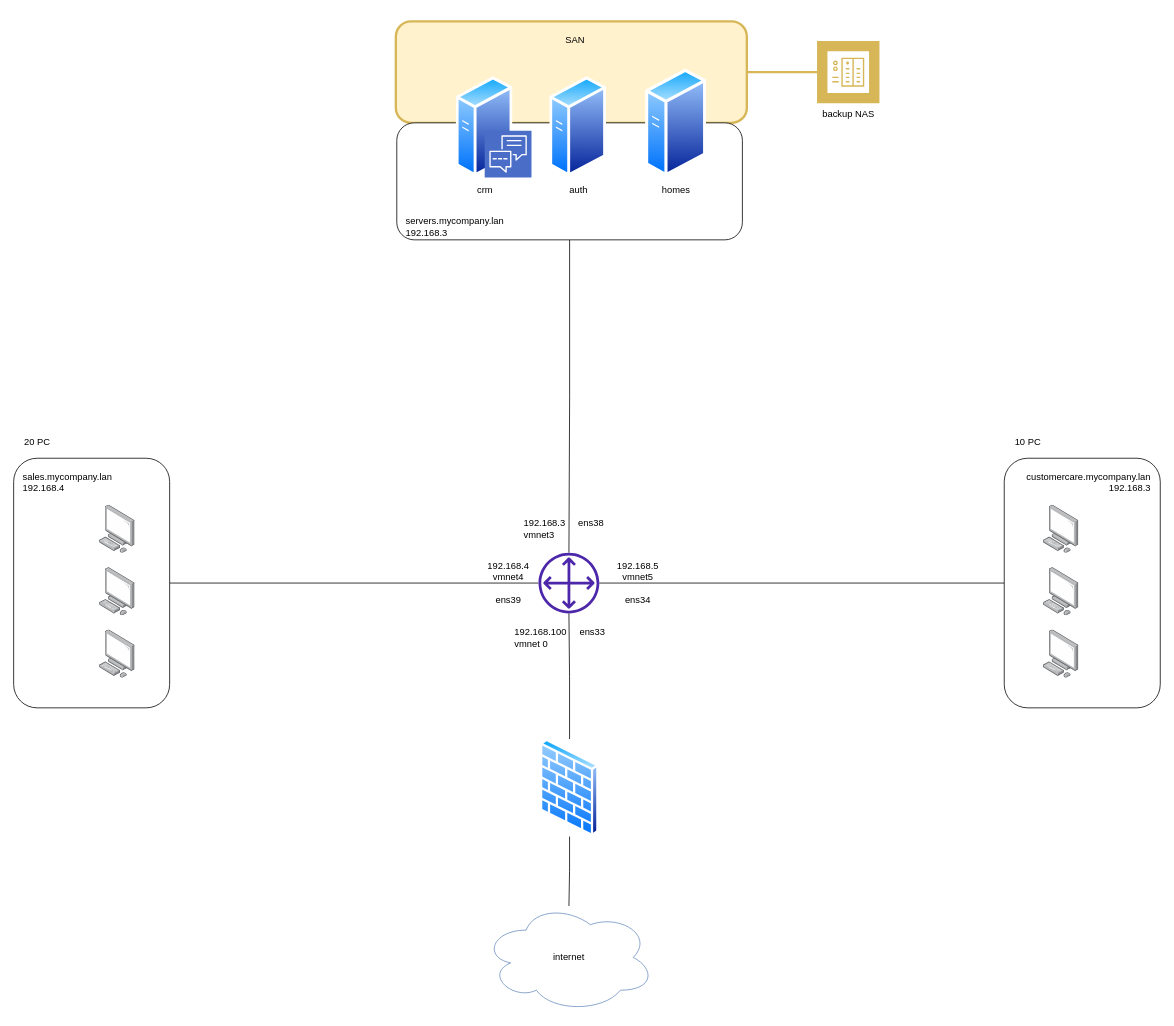
Earlier version of the draw.io diagram schema.drawio (nicolamarizza/LasProject). Source tidied: cells renumbered, new cells numbered last; positions are measured from the earlier drawing's top-left corner, leaving out a move shared by most shapes. Both pictures are drawn from the tidied source at 78%, with x=0, y=0 at pixel (13, 21).
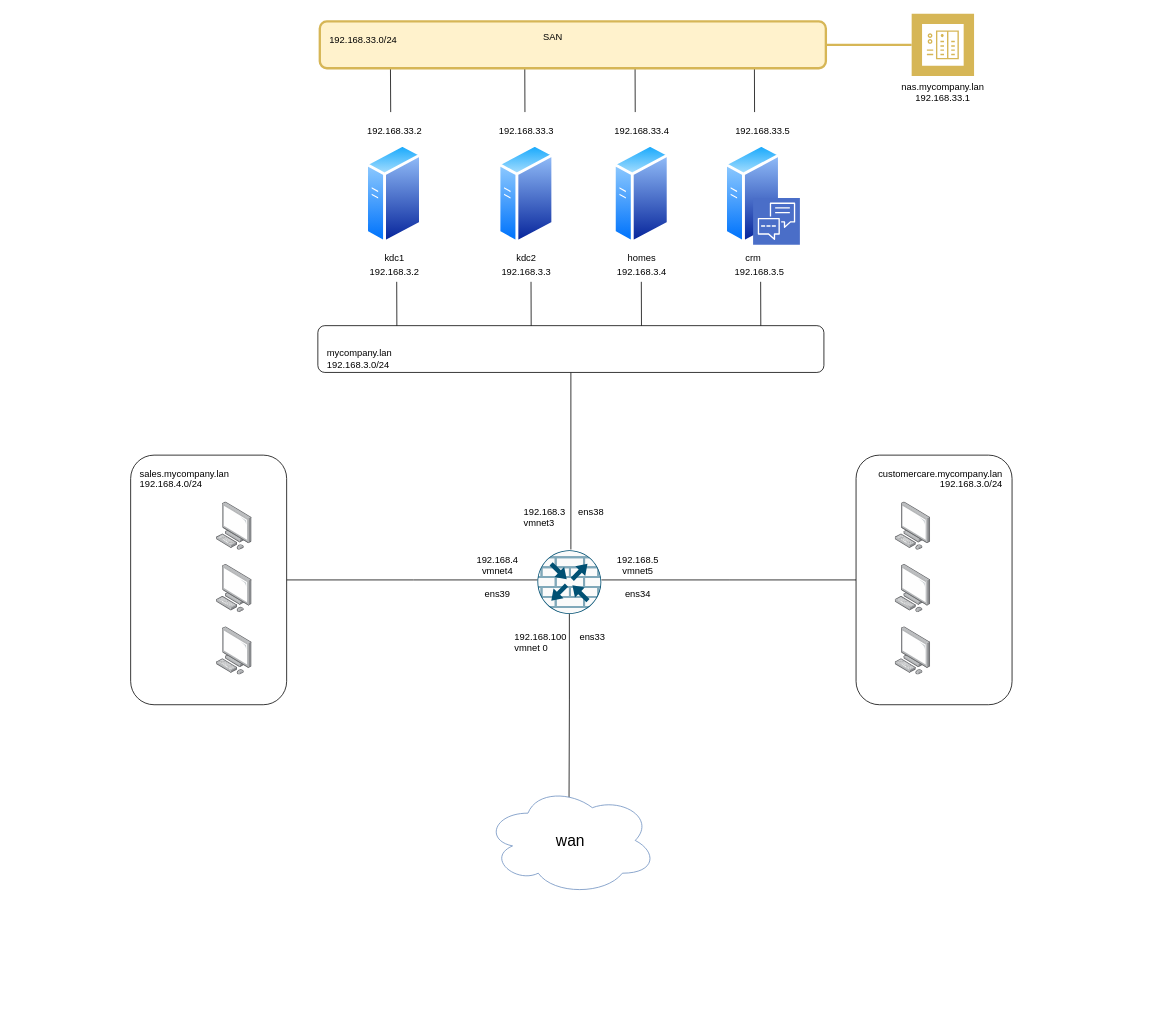
Above is the later version.

Change to the diagram source:
```diff
@@
+    <mxCell id="32" style="edgeStyle=orthogonalEdgeStyle;rounded=0;jettySize=auto;html=1;exitX=0.5;exitY=1;exitDx=0;exitDy=0;exitPerimeter=0;entryX=0.489;entryY=0.214;entryDx=0;entryDy=0;entryPerimeter=0;endArrow=none;endFill=0;" parent="1" edge="1" source="57" target="21">
+      <mxGeometry relative="1" as="geometry" />
+    </mxCell>
+    <mxCell id="33" style="endArrow=none;html=1;rounded=0;exitX=0.158;exitY=-0.064;exitDx=0;exitDy=0;exitPerimeter=0;" parent="1" edge="1">
+      <mxGeometry relative="1" as="geometry">
+        <mxPoint x="483.4" y="116.2" as="sourcePoint" />
+        <mxPoint x="483.1" y="60" as="targetPoint" />
+      </mxGeometry>
+    </mxCell>
+    <mxCell id="34" style="endArrow=none;html=1;rounded=0;exitX=0.158;exitY=-0.064;exitDx=0;exitDy=0;exitPerimeter=0;" parent="1" edge="1">
+      <mxGeometry relative="1" as="geometry">
+        <mxPoint x="655.5" y="116.2" as="sourcePoint" />
+        <mxPoint x="655.3" y="60" as="targetPoint" />
+      </mxGeometry>
+    </mxCell>
+    <mxCell id="35" style="endArrow=none;html=1;rounded=0;exitX=0.158;exitY=-0.064;exitDx=0;exitDy=0;exitPerimeter=0;" parent="1" edge="1">
+      <mxGeometry relative="1" as="geometry">
+        <mxPoint x="796.9" y="116.2" as="sourcePoint" />
+        <mxPoint x="796.7" y="60" as="targetPoint" />
+      </mxGeometry>
+    </mxCell>
+    <mxCell id="36" style="endArrow=none;html=1;rounded=0;exitX=0.158;exitY=-0.064;exitDx=0;exitDy=0;exitPerimeter=0;" parent="1" edge="1">
+      <mxGeometry relative="1" as="geometry">
+        <mxPoint x="949.9" y="116.2" as="sourcePoint" />
+        <mxPoint x="949.7" y="60" as="targetPoint" />
+      </mxGeometry>
+    </mxCell>
+    <mxCell id="37" style="group;" parent="1" vertex="1">
+      <mxGeometry x="392.5" width="648.8" height="60" as="geometry" />
+    </mxCell>
+    <mxCell id="3" value="192.168.33.0/24" style="rounded=1;whiteSpace=wrap;html=1;align=left;verticalAlign=top;spacingTop=10;spacingLeft=10;fillColor=#fff2cc;strokeColor=#d6b656;strokeWidth=3;" parent="37" vertex="1">
+      <mxGeometry width="648.8" height="60" as="geometry" />
+    </mxCell>
+    <mxCell id="38" value="SAN" style="text;html=1;align=center;verticalAlign=middle;strokeColor=none;fillColor=none;" parent="37" vertex="1">
+      <mxGeometry x="273.9" y="4.6" width="50" height="30" as="geometry" />
+    </mxCell>
@@
-    <mxCell id="3" value="SAN" style="rounded=1;whiteSpace=wrap;html=1;align=center;verticalAlign=top;spacingTop=10;spacingLeft=10;fillColor=#fff2cc;strokeColor=#d6b656;strokeWidth=3;" parent="1" vertex="1">
-      <mxGeometry x="490" width="450" height="130" as="geometry" />
-    </mxCell>
-    <mxCell id="4" style="edgeStyle=orthogonalEdgeStyle;rounded=0;jettySize=auto;html=1;exitX=0.5;exitY=1;exitDx=0;exitDy=0;endArrow=none;endFill=0;" parent="1" edge="1" source="5" target="16">
-      <mxGeometry relative="1" as="geometry" />
+    <mxCell id="4" style="edgeStyle=orthogonalEdgeStyle;rounded=0;jettySize=auto;html=1;exitX=0.5;exitY=1;exitDx=0;exitDy=0;endArrow=none;endFill=0;" parent="1" edge="1" source="5">
+      <mxGeometry relative="1" as="geometry">
+        <mxPoint x="714.4" y="677" as="targetPoint" />
+      </mxGeometry>
     </mxCell>
-    <mxCell id="5" value="&lt;span style=&quot;text-align: center;&quot;&gt;servers.mycompany.lan&lt;br&gt;192.168.3&lt;/span&gt;" style="rounded=1;whiteSpace=wrap;html=1;align=left;verticalAlign=bottom;spacingTop=10;spacingLeft=10;" parent="1" vertex="1">
-      <mxGeometry x="491.2" y="130" width="443.1" height="150" as="geometry" />
+    <mxCell id="5" value="&lt;span style=&quot;text-align: center;&quot;&gt;mycompany.lan&lt;br&gt;192.168.3.0/24&lt;/span&gt;" style="rounded=1;whiteSpace=wrap;html=1;align=left;verticalAlign=bottom;spacingTop=10;spacingLeft=10;" parent="1" vertex="1">
+      <mxGeometry x="390" y="390" width="648.8" height="60" as="geometry" />
     </mxCell>
-    <mxCell id="6" style="edgeStyle=orthogonalEdgeStyle;rounded=0;jettySize=auto;html=1;exitX=0;exitY=0.5;exitDx=0;exitDy=0;endArrow=none;endFill=0;" parent="1" edge="1" source="7" target="16">
-      <mxGeometry relative="1" as="geometry" />
+    <mxCell id="6" style="edgeStyle=orthogonalEdgeStyle;rounded=0;jettySize=auto;html=1;exitX=0;exitY=0.5;exitDx=0;exitDy=0;endArrow=none;endFill=0;" parent="1" edge="1" source="7">
+      <mxGeometry relative="1" as="geometry">
+        <mxPoint x="753.4" y="716" as="targetPoint" />
+      </mxGeometry>
     </mxCell>
-    <mxCell id="7" value="customercare.mycompany.lan&lt;br&gt;&lt;span style=&quot;text-align: center;&quot;&gt;192.168.3&lt;/span&gt;" style="rounded=1;whiteSpace=wrap;html=1;align=right;verticalAlign=top;spacingTop=10;spacingLeft=10;spacingRight=10;" parent="1" vertex="1">
-      <mxGeometry x="1270" y="560" width="200" height="320" as="geometry" />
+    <mxCell id="7" value="customercare.mycompany.lan&lt;br&gt;&lt;span style=&quot;text-align: center;&quot;&gt;192.168.3.0/24&lt;/span&gt;" style="rounded=1;whiteSpace=wrap;html=1;align=right;verticalAlign=top;spacingTop=10;spacingLeft=10;spacingRight=10;" parent="1" vertex="1">
+      <mxGeometry x="1080" y="556" width="200" height="320" as="geometry" />
     </mxCell>
-    <mxCell id="8" style="edgeStyle=orthogonalEdgeStyle;rounded=0;jettySize=auto;html=1;exitX=1;exitY=0.5;exitDx=0;exitDy=0;endArrow=none;endFill=0;" parent="1" edge="1" source="9" target="16">
-      <mxGeometry relative="1" as="geometry" />
+    <mxCell id="8" style="edgeStyle=orthogonalEdgeStyle;rounded=0;jettySize=auto;html=1;exitX=1;exitY=0.5;exitDx=0;exitDy=0;endArrow=none;endFill=0;" parent="1" edge="1" source="9">
+      <mxGeometry relative="1" as="geometry">
+        <mxPoint x="675.4" y="716" as="targetPoint" />
+      </mxGeometry>
     </mxCell>
-    <mxCell id="9" value="sales.mycompany.lan&lt;br&gt;&lt;span style=&quot;text-align: center;&quot;&gt;192.168.4&lt;/span&gt;" style="rounded=1;whiteSpace=wrap;html=1;align=left;verticalAlign=top;spacingTop=10;spacingLeft=10;" parent="1" vertex="1">
-      <mxGeometry y="560" width="200" height="320" as="geometry" />
+    <mxCell id="9" value="sales.mycompany.lan&lt;br&gt;&lt;span style=&quot;text-align: center;&quot;&gt;192.168.4.0/24&lt;/span&gt;" style="rounded=1;whiteSpace=wrap;html=1;align=left;verticalAlign=top;spacingTop=10;spacingLeft=10;" parent="1" vertex="1">
+      <mxGeometry x="150" y="556" width="200" height="320" as="geometry" />
     </mxCell>
     <mxCell id="10" style="html=1;align=center;shadow=0;dashed=0;image;image=img/lib/allied_telesis/computer_and_terminals/Personal_Computer.svg;" parent="1" vertex="1">
-      <mxGeometry x="110" y="620" width="45.6" height="61.8" as="geometry" />
+      <mxGeometry x="260" y="616" width="45.6" height="61.8" as="geometry" />
     </mxCell>
     <mxCell id="11" style="html=1;align=center;shadow=0;dashed=0;image;image=img/lib/allied_telesis/computer_and_terminals/Personal_Computer.svg;" parent="1" vertex="1">
-      <mxGeometry x="110" y="700" width="45.6" height="61.8" as="geometry" />
+      <mxGeometry x="260" y="696" width="45.6" height="61.8" as="geometry" />
     </mxCell>
     <mxCell id="12" style="html=1;align=center;shadow=0;dashed=0;image;image=img/lib/allied_telesis/computer_and_terminals/Personal_Computer.svg;" parent="1" vertex="1">
-      <mxGeometry x="110" y="780" width="45.6" height="61.8" as="geometry" />
+      <mxGeometry x="260" y="776" width="45.6" height="61.8" as="geometry" />
     </mxCell>
     <mxCell id="13" style="html=1;align=center;shadow=0;dashed=0;image;image=img/lib/allied_telesis/computer_and_terminals/Personal_Computer.svg;" parent="1" vertex="1">
-      <mxGeometry x="1320" y="620" width="45.6" height="61.8" as="geometry" />
+      <mxGeometry x="1130" y="616" width="45.6" height="61.8" as="geometry" />
     </mxCell>
     <mxCell id="14" style="html=1;align=center;shadow=0;dashed=0;image;image=img/lib/allied_telesis/computer_and_terminals/Personal_Computer.svg;" parent="1" vertex="1">
-      <mxGeometry x="1320" y="700" width="45.6" height="61.8" as="geometry" />
+      <mxGeometry x="1130" y="696" width="45.6" height="61.8" as="geometry" />
     </mxCell>
     <mxCell id="15" style="html=1;align=center;shadow=0;dashed=0;image;image=img/lib/allied_telesis/computer_and_terminals/Personal_Computer.svg;" parent="1" vertex="1">
-      <mxGeometry x="1320" y="780" width="45.6" height="61.8" as="geometry" />
+      <mxGeometry x="1130" y="776" width="45.6" height="61.8" as="geometry" />
     </mxCell>
-    <mxCell id="16" style="sketch=0;outlineConnect=0;fontColor=#232F3E;gradientColor=none;fillColor=#4D27AA;strokeColor=none;dashed=0;verticalLabelPosition=bottom;verticalAlign=top;align=center;html=1;fontSize=12;fontStyle=0;shape=mxgraph.aws4.customer_gateway;" parent="1" vertex="1">
-      <mxGeometry x="672.9" y="681" width="78" height="78" as="geometry" />
-    </mxCell>
-    <mxCell id="17" value="auth" style="perimeter=ellipsePerimeter;html=1;align=center;shadow=0;dashed=0;spacingTop=3;image;image=img/lib/active_directory/generic_server.svg;" parent="1" vertex="1">
-      <mxGeometry x="687.2" y="70" width="72.8" height="130" as="geometry" />
-    </mxCell>
-    <mxCell id="18" style="edgeStyle=orthogonalEdgeStyle;rounded=0;jettySize=auto;html=1;exitX=0.5;exitY=0;exitDx=0;exitDy=0;endArrow=none;endFill=0;" parent="1" edge="1" source="20" target="16">
-      <mxGeometry relative="1" as="geometry" />
-    </mxCell>
-    <mxCell id="19" style="edgeStyle=orthogonalEdgeStyle;rounded=0;jettySize=auto;html=1;exitX=0.5;exitY=1;exitDx=0;exitDy=0;entryX=0.4;entryY=0.1;entryDx=0;entryDy=0;entryPerimeter=0;endArrow=none;endFill=0;" parent="1" edge="1" source="20">
-      <mxGeometry relative="1" as="geometry">
-        <mxPoint x="711.9" y="1134" as="targetPoint" />
-      </mxGeometry>
-    </mxCell>
-    <mxCell id="20" style="perimeter=ellipsePerimeter;html=1;align=center;shadow=0;dashed=0;spacingTop=3;image;image=img/lib/active_directory/firewall.svg;strokeColor=#6C8EBF;fillColor=#6C8EBF;" parent="1" vertex="1">
-      <mxGeometry x="674.6" y="920" width="76.2" height="125" as="geometry" />
-    </mxCell>
-    <mxCell id="21" value="internet" style="ellipse;shape=cloud;whiteSpace=wrap;html=1;strokeColor=#6C8EBF;fillColor=default;" parent="1" vertex="1">
-      <mxGeometry x="601.9" y="1130" width="220" height="140" as="geometry" />
+    <mxCell id="21" value="&lt;font style=&quot;font-size: 20px;&quot;&gt;wan&lt;/font&gt;" style="ellipse;shape=cloud;whiteSpace=wrap;html=1;strokeColor=#6C8EBF;fillColor=default;" parent="1" vertex="1">
+      <mxGeometry x="604.4" y="980" width="220" height="140" as="geometry" />
     </mxCell>
     <mxCell id="22" value="192.168.4&lt;br&gt;vmnet4&lt;br&gt;&lt;br&gt;ens39" style="text;html=1;align=center;verticalAlign=middle;strokeColor=none;fillColor=none;" parent="1" vertex="1">
-      <mxGeometry x="593.9" y="685" width="80" height="70" as="geometry" />
+      <mxGeometry x="580" y="677" width="80" height="70" as="geometry" />
     </mxCell>
     <mxCell id="23" value="&lt;div style=&quot;text-align: left;&quot;&gt;&lt;span style=&quot;background-color: initial;&quot;&gt;192.168.3&amp;nbsp; &amp;nbsp; &amp;nbsp;ens38&lt;/span&gt;&lt;/div&gt;&lt;div style=&quot;text-align: left;&quot;&gt;&lt;span style=&quot;background-color: initial;&quot;&gt;vmnet3&lt;/span&gt;&lt;/div&gt;" style="text;html=1;align=center;verticalAlign=middle;strokeColor=none;fillColor=none;" parent="1" vertex="1">
-      <mxGeometry x="640" y="630.9" width="130" height="40" as="geometry" />
+      <mxGeometry x="640" y="616" width="130" height="40" as="geometry" />
     </mxCell>
     <mxCell id="24" value="192.168.5&lt;br&gt;vmnet5&lt;br&gt;&lt;br&gt;ens34" style="text;html=1;align=center;verticalAlign=middle;strokeColor=none;fillColor=none;" parent="1" vertex="1">
-      <mxGeometry x="760" y="685" width="80" height="70" as="geometry" />
+      <mxGeometry x="760.1" y="677" width="80" height="70" as="geometry" />
     </mxCell>
-    <mxCell id="25" value="backup NAS" style="sketch=0;shadow=0;dashed=0;html=1;strokeColor=#D6B656;fillColor=#D6B656;labelPosition=center;verticalLabelPosition=bottom;verticalAlign=top;align=center;outlineConnect=0;shape=mxgraph.veeam2.nas_backup;" parent="1" vertex="1">
-      <mxGeometry x="1030" y="25" width="80" height="80" as="geometry" />
+    <mxCell id="25" value="nas.mycompany.lan&lt;br&gt;192.168.33.1" style="sketch=0;shadow=0;dashed=0;html=1;strokeColor=#D6B656;fillColor=#D6B656;labelPosition=center;verticalLabelPosition=bottom;verticalAlign=top;align=center;outlineConnect=0;shape=mxgraph.veeam2.nas_backup;" parent="1" vertex="1">
+      <mxGeometry x="1151.3" y="-10" width="80" height="80" as="geometry" />
     </mxCell>
+    <mxCell id="28" value="&lt;div style=&quot;text-align: left;&quot;&gt;&lt;span style=&quot;background-color: initial;&quot;&gt;192.168.100&amp;nbsp; &amp;nbsp; &amp;nbsp;ens33&lt;/span&gt;&lt;/div&gt;&lt;div style=&quot;text-align: left;&quot;&gt;&lt;span style=&quot;background-color: initial;&quot;&gt;vmnet 0&lt;/span&gt;&lt;/div&gt;" style="text;html=1;align=center;verticalAlign=middle;strokeColor=none;fillColor=none;" parent="1" vertex="1">
+      <mxGeometry x="630" y="776" width="140" height="40" as="geometry" />
+    </mxCell>
+    <mxCell id="39" style="group;" parent="1" vertex="1">
+      <mxGeometry x="911.3" y="126.2" width="96.7" height="210" as="geometry" />
+    </mxCell>
+    <mxCell id="40" value="192.168.33.5" style="text;html=1;align=center;verticalAlign=middle;strokeColor=none;fillColor=none;" parent="39" vertex="1">
+      <mxGeometry x="3.3" width="90" height="30" as="geometry" />
+    </mxCell>
+    <mxCell id="41" style="group;" parent="39" vertex="1">
+      <mxGeometry y="30" width="96.7" height="130" as="geometry" />
+    </mxCell>
-    <mxCell id="26" value="crm" style="perimeter=ellipsePerimeter;html=1;align=center;shadow=0;dashed=0;spacingTop=3;image;image=img/lib/active_directory/generic_server.svg;" parent="1" vertex="1">
-      <mxGeometry x="567.2" y="70" width="72.8" height="130" as="geometry" />
+    <mxCell id="26" value="crm" style="perimeter=ellipsePerimeter;html=1;align=center;shadow=0;dashed=0;spacingTop=3;image;image=img/lib/active_directory/generic_server.svg;" parent="41" vertex="1">
+      <mxGeometry width="72.8" height="130" as="geometry" />
     </mxCell>
-    <mxCell id="27" style="sketch=0;gradientDirection=north;fillColor=#4a6ec8;strokeColor=#FFFFFF;dashed=0;verticalLabelPosition=bottom;verticalAlign=top;align=center;html=1;fontSize=12;fontStyle=0;shape=mxgraph.aws4.resourceIcon;resIcon=mxgraph.aws4.customer_engagement;perimeterSpacing=1;" parent="1" vertex="1">
-      <mxGeometry x="603.9" y="140" width="60" height="60" as="geometry" />
+    <mxCell id="27" style="sketch=0;gradientDirection=north;fillColor=#4a6ec8;strokeColor=#FFFFFF;dashed=0;verticalLabelPosition=bottom;verticalAlign=top;align=center;html=1;fontSize=12;fontStyle=0;shape=mxgraph.aws4.resourceIcon;resIcon=mxgraph.aws4.customer_engagement;perimeterSpacing=1;" parent="41" vertex="1">
+      <mxGeometry x="36.7" y="70" width="60" height="60" as="geometry" />
     </mxCell>
-    <mxCell id="28" value="&lt;div style=&quot;text-align: left;&quot;&gt;&lt;span style=&quot;background-color: initial;&quot;&gt;192.168.100&amp;nbsp; &amp;nbsp; &amp;nbsp;ens33&lt;/span&gt;&lt;/div&gt;&lt;div style=&quot;text-align: left;&quot;&gt;&lt;span style=&quot;background-color: initial;&quot;&gt;vmnet 0&lt;/span&gt;&lt;/div&gt;" style="text;html=1;align=center;verticalAlign=middle;strokeColor=none;fillColor=none;" parent="1" vertex="1">
-      <mxGeometry x="630" y="770" width="140" height="40" as="geometry" />
-    </mxCell>
-    <mxCell id="29" value="20 PC" style="text;html=1;align=center;verticalAlign=middle;strokeColor=none;fillColor=none;" parent="1" vertex="1">
-      <mxGeometry y="525" width="60" height="30" as="geometry" />
-    </mxCell>
-    <mxCell id="30" value="10 PC" style="text;html=1;align=center;verticalAlign=middle;strokeColor=none;fillColor=none;" parent="1" vertex="1">
-      <mxGeometry x="1270" y="525" width="60" height="30" as="geometry" />
-    </mxCell>
+    <mxCell id="42" value="192.168.3.5" style="text;html=1;align=center;verticalAlign=middle;strokeColor=none;fillColor=none;" parent="39" vertex="1">
+      <mxGeometry y="180" width="90" height="30" as="geometry" />
+    </mxCell>
+    <mxCell id="43" style="group;" parent="1" vertex="1">
+      <mxGeometry x="442.5" y="126.2" width="90" height="210" as="geometry" />
+    </mxCell>
+    <mxCell id="17" value="kdc1" style="perimeter=ellipsePerimeter;html=1;align=center;shadow=0;dashed=0;spacingTop=3;image;image=img/lib/active_directory/generic_server.svg;" parent="43" vertex="1">
+      <mxGeometry x="8.6" y="30" width="72.8" height="130" as="geometry" />
+    </mxCell>
+    <mxCell id="44" value="192.168.33.2" style="text;html=1;align=center;verticalAlign=middle;strokeColor=none;fillColor=none;" parent="43" vertex="1">
+      <mxGeometry width="90" height="30" as="geometry" />
+    </mxCell>
+    <mxCell id="45" value="192.168.3.2" style="text;html=1;align=center;verticalAlign=middle;strokeColor=none;fillColor=none;" parent="43" vertex="1">
+      <mxGeometry y="180" width="90" height="30" as="geometry" />
+    </mxCell>
+    <mxCell id="46" style="group;" parent="1" vertex="1">
+      <mxGeometry x="760.1" y="126.2" width="90" height="210" as="geometry" />
+    </mxCell>
-    <mxCell id="31" value="homes" style="perimeter=ellipsePerimeter;html=1;align=center;shadow=0;dashed=0;spacingTop=3;image;image=img/lib/active_directory/generic_server.svg;" parent="1" vertex="1">
-      <mxGeometry x="810" y="60" width="78.4" height="140" as="geometry" />
+    <mxCell id="31" value="homes" style="perimeter=ellipsePerimeter;html=1;align=center;shadow=0;dashed=0;spacingTop=3;image;image=img/lib/active_directory/generic_server.svg;" parent="46" vertex="1">
+      <mxGeometry x="8.6" y="30" width="72.8" height="130" as="geometry" />
     </mxCell>
+    <mxCell id="47" value="192.168.33.4" style="text;html=1;align=center;verticalAlign=middle;strokeColor=none;fillColor=none;" parent="46" vertex="1">
+      <mxGeometry width="90" height="30" as="geometry" />
+    </mxCell>
+    <mxCell id="48" value="192.168.3.4" style="text;html=1;align=center;verticalAlign=middle;strokeColor=none;fillColor=none;" parent="46" vertex="1">
+      <mxGeometry y="180" width="90" height="30" as="geometry" />
+    </mxCell>
+    <mxCell id="49" style="endArrow=none;html=1;rounded=0;exitX=0.158;exitY=-0.064;exitDx=0;exitDy=0;exitPerimeter=0;" parent="1" edge="1">
+      <mxGeometry relative="1" as="geometry">
+        <mxPoint x="491.3" y="390" as="sourcePoint" />
+        <mxPoint x="491.1" y="333.8" as="targetPoint" />
+      </mxGeometry>
+    </mxCell>
+    <mxCell id="50" style="endArrow=none;html=1;rounded=0;exitX=0.158;exitY=-0.064;exitDx=0;exitDy=0;exitPerimeter=0;" parent="1" edge="1">
+      <mxGeometry relative="1" as="geometry">
+        <mxPoint x="663.5" y="390" as="sourcePoint" />
+        <mxPoint x="663.3" y="333.8" as="targetPoint" />
+      </mxGeometry>
+    </mxCell>
+    <mxCell id="51" style="endArrow=none;html=1;rounded=0;exitX=0.158;exitY=-0.064;exitDx=0;exitDy=0;exitPerimeter=0;" parent="1" edge="1">
+      <mxGeometry relative="1" as="geometry">
+        <mxPoint x="804.9" y="390" as="sourcePoint" />
+        <mxPoint x="804.7" y="333.8" as="targetPoint" />
+      </mxGeometry>
+    </mxCell>
+    <mxCell id="52" style="group;" parent="1" vertex="1">
+      <mxGeometry x="612.2" y="126.2" width="90" height="210" as="geometry" />
+    </mxCell>
+    <mxCell id="53" value="kdc2" style="perimeter=ellipsePerimeter;html=1;align=center;shadow=0;dashed=0;spacingTop=3;image;image=img/lib/active_directory/generic_server.svg;" parent="52" vertex="1">
+      <mxGeometry x="8.6" y="30" width="72.8" height="130" as="geometry" />
+    </mxCell>
+    <mxCell id="54" value="192.168.33.3" style="text;html=1;align=center;verticalAlign=middle;strokeColor=none;fillColor=none;" parent="52" vertex="1">
+      <mxGeometry width="90" height="30" as="geometry" />
+    </mxCell>
+    <mxCell id="55" value="192.168.3.3" style="text;html=1;align=center;verticalAlign=middle;strokeColor=none;fillColor=none;" parent="52" vertex="1">
+      <mxGeometry y="180" width="90" height="30" as="geometry" />
+    </mxCell>
+    <mxCell id="56" style="endArrow=none;html=1;rounded=0;exitX=0.158;exitY=-0.064;exitDx=0;exitDy=0;exitPerimeter=0;" parent="1" edge="1">
+      <mxGeometry relative="1" as="geometry">
+        <mxPoint x="957.9" y="390" as="sourcePoint" />
+        <mxPoint x="957.7" y="333.8" as="targetPoint" />
+      </mxGeometry>
+    </mxCell>
+    <mxCell id="57" style="sketch=0;points=[[0.5,0,0],[1,0.5,0],[0.5,1,0],[0,0.5,0],[0.145,0.145,0],[0.8555,0.145,0],[0.855,0.8555,0],[0.145,0.855,0]];verticalLabelPosition=bottom;html=1;verticalAlign=top;align=center;shape=mxgraph.cisco19.rect;prIcon=router_with_firewall;fillColor=#FAFAFA;strokeColor=#005073;" parent="1" vertex="1">
+      <mxGeometry x="671.5" y="677.8" width="81.9" height="81.9" as="geometry" />
+    </mxCell>
```
